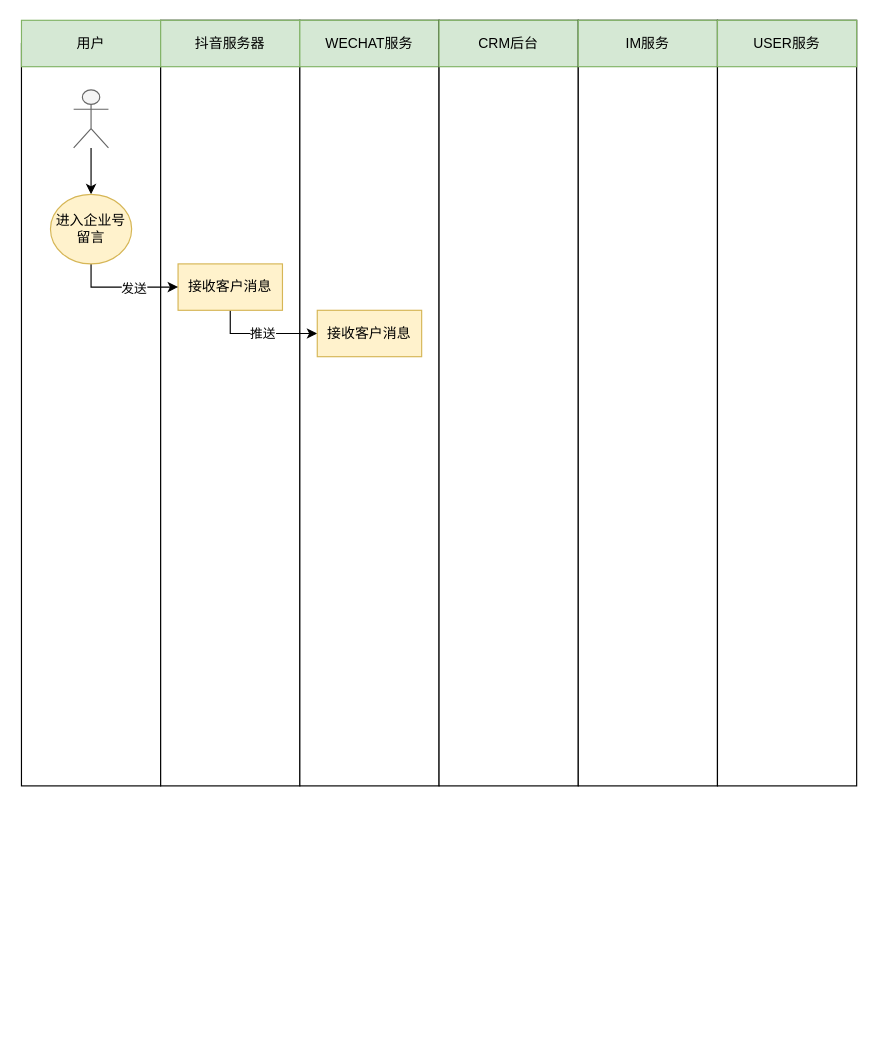
This is sscf/Untitled Diagram.drawio from lixiansheng123/flow-chat, a draw.io file, before an edit. Source tidied: cells renumbered, new cells numbered last; positions are measured from the earlier drawing's top-left corner, leaving out a move shared by most shapes. Both pictures are drawn from the tidied source at 116%, with x=0, y=0 at pixel (21, 20).
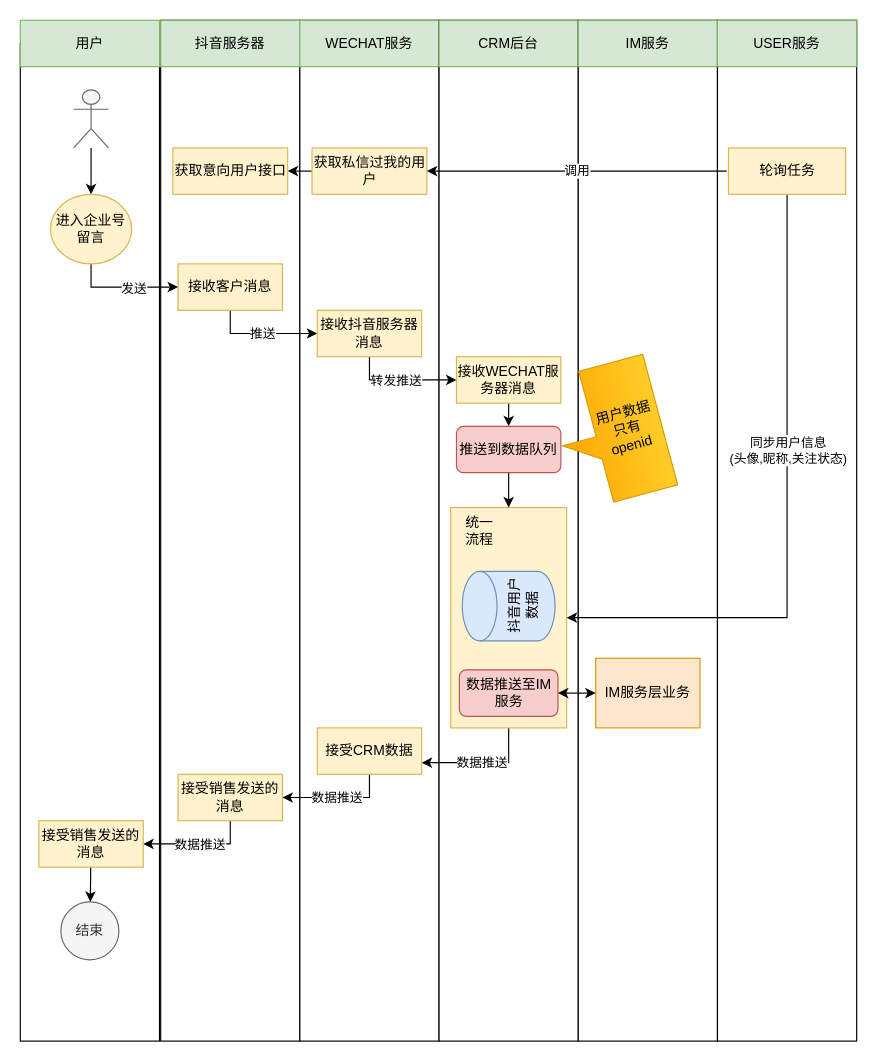
After the change.

Change to the diagram source:
```diff
@@
     <mxCell id="2" style="rounded=0;whiteSpace=wrap;html=1;" parent="1" vertex="1">
-      <mxGeometry y="20" width="120" height="640" as="geometry" />
+      <mxGeometry x="-1" y="20" width="120" height="860" as="geometry" />
     </mxCell>
     <mxCell id="3" style="rounded=0;whiteSpace=wrap;html=1;" parent="1" vertex="1">
-      <mxGeometry x="120" width="120" height="660" as="geometry" />
+      <mxGeometry x="120" width="120" height="880" as="geometry" />
     </mxCell>
     <mxCell id="4" style="rounded=0;whiteSpace=wrap;html=1;" parent="1" vertex="1">
-      <mxGeometry x="240" width="120" height="660" as="geometry" />
+      <mxGeometry x="240" width="120" height="880" as="geometry" />
     </mxCell>
     <mxCell id="5" value="用户" style="rounded=0;whiteSpace=wrap;html=1;fillColor=#d5e8d4;strokeColor=#82b366;" parent="1" vertex="1">
-      <mxGeometry width="120" height="40" as="geometry" />
+      <mxGeometry x="-1" width="120" height="40" as="geometry" />
     </mxCell>
@@
     <mxCell id="8" style="rounded=0;whiteSpace=wrap;html=1;" parent="1" vertex="1">
-      <mxGeometry x="360" width="120" height="660" as="geometry" />
+      <mxGeometry x="360" width="120" height="880" as="geometry" />
     </mxCell>
@@
     <mxCell id="10" style="rounded=0;whiteSpace=wrap;html=1;" parent="1" vertex="1">
-      <mxGeometry x="480" width="120" height="660" as="geometry" />
+      <mxGeometry x="480" width="120" height="880" as="geometry" />
     </mxCell>
@@
     <mxCell id="12" style="rounded=0;whiteSpace=wrap;html=1;" parent="1" vertex="1">
-      <mxGeometry x="600" width="120" height="660" as="geometry" />
+      <mxGeometry x="600" width="120" height="880" as="geometry" />
     </mxCell>
@@
+    <mxCell id="23" style="edgeStyle=none;rounded=0;jettySize=auto;html=1;entryX=0;entryY=0.5;entryDx=0;entryDy=0;" parent="1" edge="1" source="22" target="26">
+      <mxGeometry relative="1" as="geometry">
+        <Array as="points">
+          <mxPoint x="300" y="310" />
+        </Array>
+      </mxGeometry>
+    </mxCell>
+    <mxCell id="24" value="转发推送" style="edgeLabel;html=1;align=center;verticalAlign=middle;" parent="23" vertex="1">
+      <mxGeometry x="-0.12" relative="1" as="geometry" />
+    </mxCell>
-    <mxCell id="22" value="接收客户消息" style="rounded=0;whiteSpace=wrap;html=1;fillColor=#fff2cc;strokeColor=#d6b656;" parent="1" vertex="1">
+    <mxCell id="22" value="接收抖音服务器消息" style="rounded=0;whiteSpace=wrap;html=1;fillColor=#fff2cc;strokeColor=#d6b656;" parent="1" vertex="1">
       <mxGeometry x="255" y="250" width="90" height="40" as="geometry" />
     </mxCell>
+    <mxCell id="25" style="edgeStyle=none;rounded=0;jettySize=auto;html=1;" parent="1" edge="1" source="26" target="31">
+      <mxGeometry relative="1" as="geometry" />
+    </mxCell>
+    <mxCell id="26" value="接收WECHAT服务器消息" style="rounded=0;whiteSpace=wrap;html=1;fillColor=#fff2cc;strokeColor=#d6b656;" parent="1" vertex="1">
+      <mxGeometry x="375" y="290" width="90" height="40" as="geometry" />
+    </mxCell>
+    <mxCell id="27" style="edgeStyle=none;rounded=0;orthogonalLoop=1;jettySize=auto;html=1;exitX=1;exitY=1;exitDx=0;exitDy=0;" parent="1" edge="1">
+      <mxGeometry relative="1" as="geometry">
+        <mxPoint x="410" y="860" as="sourcePoint" />
+        <mxPoint x="410" y="860" as="targetPoint" />
+      </mxGeometry>
+    </mxCell>
+    <mxCell id="28" value="数据推送" style="edgeStyle=none;rounded=0;jettySize=auto;html=1;entryX=1;entryY=0.75;entryDx=0;entryDy=0;exitX=0.5;exitY=1;exitDx=0;exitDy=0;" parent="1" edge="1" source="29" target="37">
+      <mxGeometry relative="1" as="geometry">
+        <Array as="points">
+          <mxPoint x="420" y="640" />
+        </Array>
+      </mxGeometry>
+    </mxCell>
+    <mxCell id="29" style="whiteSpace=wrap;html=1;fillColor=#fff2cc;strokeColor=#d6b656;" parent="1" vertex="1">
+      <mxGeometry x="370" y="420" width="100" height="190" as="geometry" />
+    </mxCell>
+    <mxCell id="30" style="edgeStyle=none;rounded=0;jettySize=auto;html=1;" parent="1" edge="1" source="31" target="29">
+      <mxGeometry relative="1" as="geometry" />
+    </mxCell>
+    <mxCell id="31" value="推送到数据队列" style="rounded=1;whiteSpace=wrap;html=1;fillColor=#f8cecc;strokeColor=#b85450;" parent="1" vertex="1">
+      <mxGeometry x="375" y="350" width="90" height="40" as="geometry" />
+    </mxCell>
+    <mxCell id="32" value="统一&lt;br&gt;流程" style="text;html=1;strokeColor=none;fillColor=none;align=center;verticalAlign=middle;whiteSpace=wrap;rounded=0;" parent="1" vertex="1">
+      <mxGeometry x="375" y="430" width="40" height="20" as="geometry" />
+    </mxCell>
+    <mxCell id="33" value="抖音用户数据" style="shape=cylinder3;whiteSpace=wrap;html=1;boundedLbl=1;backgroundOutline=1;size=15;rotation=-90;fillColor=#dae8fc;strokeColor=#6c8ebf;" parent="1" vertex="1">
+      <mxGeometry x="390" y="465" width="60" height="80" as="geometry" />
+    </mxCell>
+    <mxCell id="34" value="数据推送至IM服务" style="rounded=1;whiteSpace=wrap;html=1;fillColor=#f8cecc;strokeColor=#b85450;" parent="1" vertex="1">
+      <mxGeometry x="377.5" y="560" width="85" height="40" as="geometry" />
+    </mxCell>
+    <mxCell id="35" value="IM服务层业务" style="rounded=0;whiteSpace=wrap;html=1;fillColor=#ffe6cc;strokeColor=#d79b00;" parent="1" vertex="1">
+      <mxGeometry x="495" y="550" width="90" height="60" as="geometry" />
+    </mxCell>
+    <mxCell id="36" value="数据推送" style="edgeStyle=none;rounded=0;jettySize=auto;html=1;entryX=1;entryY=0.5;entryDx=0;entryDy=0;exitX=0.5;exitY=1;exitDx=0;exitDy=0;" parent="1" edge="1" source="37" target="40">
+      <mxGeometry relative="1" as="geometry">
+        <Array as="points">
+          <mxPoint x="300" y="670" />
+        </Array>
+      </mxGeometry>
+    </mxCell>
+    <mxCell id="37" value="接受CRM数据" style="rounded=0;whiteSpace=wrap;html=1;fillColor=#fff2cc;strokeColor=#d6b656;" parent="1" vertex="1">
+      <mxGeometry x="255" y="610" width="90" height="40" as="geometry" />
+    </mxCell>
+    <mxCell id="38" style="edgeStyle=none;rounded=0;jettySize=auto;html=1;entryX=1;entryY=0.5;entryDx=0;entryDy=0;exitX=0.5;exitY=1;exitDx=0;exitDy=0;" parent="1" edge="1" source="40" target="42">
+      <mxGeometry relative="1" as="geometry">
+        <Array as="points">
+          <mxPoint x="180" y="710" />
+        </Array>
+      </mxGeometry>
+    </mxCell>
+    <mxCell id="39" value="数据推送" style="edgeLabel;html=1;align=center;verticalAlign=middle;" parent="38" vertex="1">
+      <mxGeometry x="-0.01" relative="1" as="geometry" />
+    </mxCell>
+    <mxCell id="40" value="接受销售发送的消息" style="rounded=0;whiteSpace=wrap;html=1;fillColor=#fff2cc;strokeColor=#d6b656;" parent="1" vertex="1">
+      <mxGeometry x="135" y="650" width="90" height="40" as="geometry" />
+    </mxCell>
+    <mxCell id="41" style="edgeStyle=none;rounded=0;jettySize=auto;html=1;" parent="1" edge="1" source="42" target="43">
+      <mxGeometry relative="1" as="geometry" />
+    </mxCell>
+    <mxCell id="42" value="接受销售发送的消息" style="rounded=0;whiteSpace=wrap;html=1;fillColor=#fff2cc;strokeColor=#d6b656;" parent="1" vertex="1">
+      <mxGeometry x="15" y="690" width="90" height="40" as="geometry" />
+    </mxCell>
+    <mxCell id="43" value="结束" style="ellipse;whiteSpace=wrap;html=1;fillColor=#f5f5f5;strokeColor=#666666;fontColor=#333333;" parent="1" vertex="1">
+      <mxGeometry x="34" y="760" width="50" height="50" as="geometry" />
+    </mxCell>
+    <mxCell id="44" style="endArrow=classic;startArrow=classic;html=1;exitX=1;exitY=0.5;exitDx=0;exitDy=0;entryX=0;entryY=0.5;entryDx=0;entryDy=0;" parent="1" edge="1" source="34" target="35">
+      <mxGeometry relative="1" as="geometry" />
+    </mxCell>
+    <mxCell id="45" value="&lt;span&gt;用户数据只有openid&lt;/span&gt;" style="shape=callout;whiteSpace=wrap;html=1;perimeter=calloutPerimeter;rotation=-15;gradientColor=#ffa500;fillColor=#ffcd28;strokeColor=#d79b00;direction=south;" parent="1" vertex="1">
+      <mxGeometry x="465" y="297.2" width="87.1" height="116.5" as="geometry" />
+    </mxCell>
+    <mxCell id="46" style="edgeStyle=none;rounded=0;jettySize=auto;html=1;exitX=0;exitY=0.5;exitDx=0;exitDy=0;entryX=1;entryY=0.5;entryDx=0;entryDy=0;" parent="1" edge="1" source="47" target="48">
+      <mxGeometry relative="1" as="geometry" />
+    </mxCell>
+    <mxCell id="47" value="获取私信过我的用户" style="rounded=0;whiteSpace=wrap;html=1;fillColor=#fff2cc;strokeColor=#d6b656;" parent="1" vertex="1">
+      <mxGeometry x="250.5" y="110" width="99" height="40" as="geometry" />
+    </mxCell>
+    <mxCell id="48" value="获取意向用户接口" style="rounded=0;whiteSpace=wrap;html=1;fillColor=#fff2cc;strokeColor=#d6b656;" parent="1" vertex="1">
+      <mxGeometry x="130.5" y="110" width="99" height="40" as="geometry" />
+    </mxCell>
+    <mxCell id="49" value="调用" style="edgeStyle=none;rounded=0;jettySize=auto;html=1;entryX=1;entryY=0.5;entryDx=0;entryDy=0;" parent="1" edge="1" target="47">
+      <mxGeometry relative="1" as="geometry">
+        <mxPoint x="608" y="130" as="sourcePoint" />
+      </mxGeometry>
+    </mxCell>
+    <mxCell id="50" style="edgeStyle=none;rounded=0;jettySize=auto;html=1;entryX=1;entryY=0.5;entryDx=0;entryDy=0;" parent="1" edge="1" source="52" target="29">
+      <mxGeometry relative="1" as="geometry">
+        <Array as="points">
+          <mxPoint x="660" y="515" />
+        </Array>
+      </mxGeometry>
+    </mxCell>
+    <mxCell id="51" value="同步用户信息&lt;br&gt;(头像,昵称,关注状态)" style="edgeLabel;html=1;align=center;verticalAlign=middle;" parent="50" vertex="1">
+      <mxGeometry x="0.25" y="1" relative="1" as="geometry">
+        <mxPoint x="-1" y="-127" as="offset" />
+      </mxGeometry>
+    </mxCell>
+    <mxCell id="52" value="轮询任务" style="whiteSpace=wrap;html=1;fillColor=#fff2cc;strokeColor=#d6b656;" parent="1" vertex="1">
+      <mxGeometry x="609.5" y="110" width="101" height="40" as="geometry" />
+    </mxCell>
```
